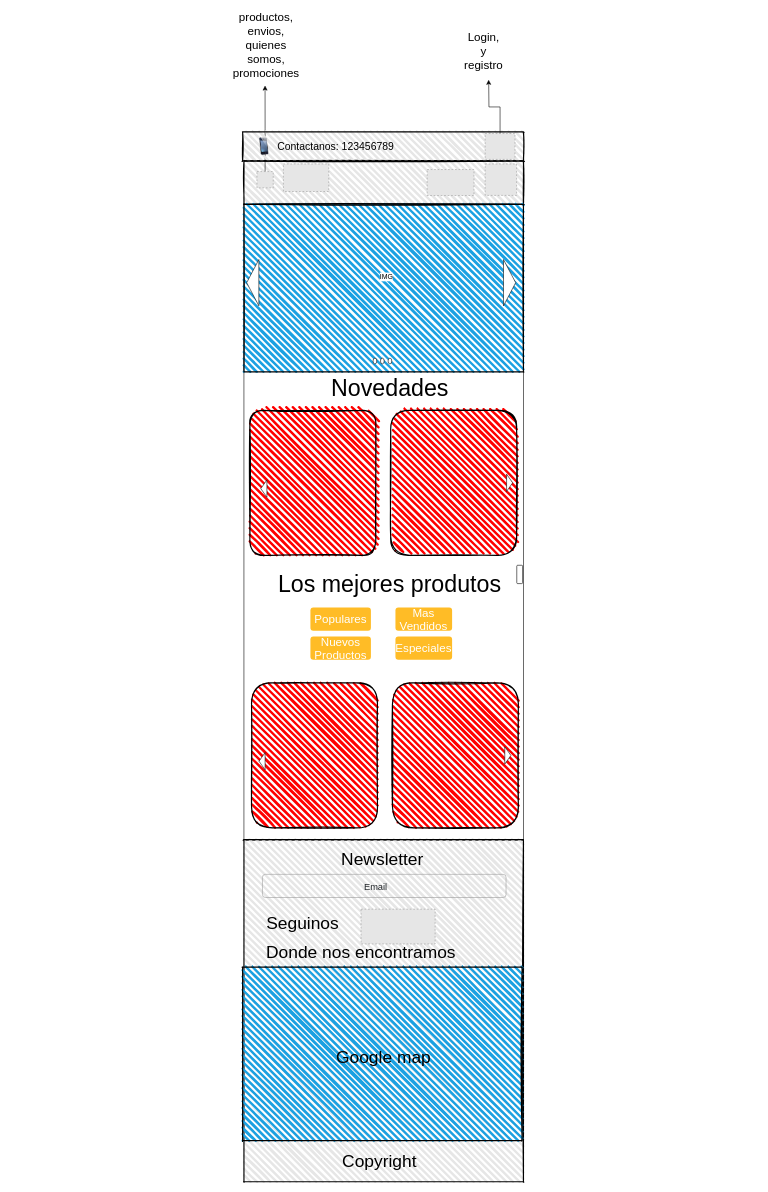
Above: page "Page-3" (3 of 3) of Bocetos/Bocetos-de-Home/Home-480.drawio in Evaristodantur/BierClub (draw.io), before the change. Source tidied: cells renumbered, new cells numbered last; positions are measured from the earlier drawing's top-left corner, leaving out a move shared by most shapes. Both pictures are drawn from the tidied source at 58%, with x=0, y=0 at pixel (9, 39). Pictures stored in the file or linked from it are replaced by grey dashed boxes.
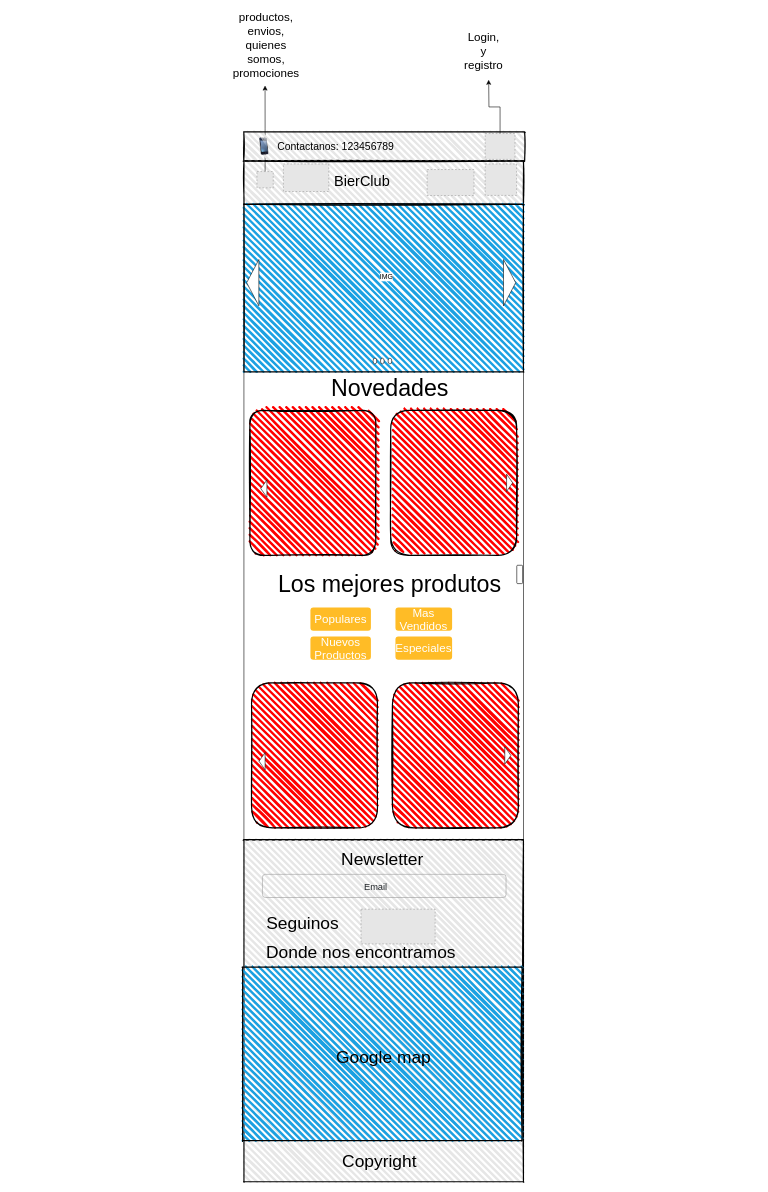
The same diagram, later.

The edit, as a diff of the source:
```diff
@@
     <mxCell id="44" style="rounded=1;whiteSpace=wrap;html=1;strokeWidth=2;fillWeight=4;hachureGap=8;hachureAngle=45;sketch=1;labelBackgroundColor=#ffffff;arcSize=0;fontColor=#FFFF33;fillColor=#E6E6E6;" parent="1" vertex="1">
-      <mxGeometry x="401.8" y="160" width="484.2" height="50" as="geometry" />
+      <mxGeometry x="403.8" y="160" width="484.2" height="50" as="geometry" />
     </mxCell>
@@
+    <mxCell id="49" value="&lt;font style=&quot;font-size: 25px&quot;&gt;BierClub&lt;/font&gt;" style="text;html=1;strokeColor=none;fillColor=none;align=center;verticalAlign=middle;whiteSpace=wrap;rounded=0;fontSize=40;" parent="1" vertex="1">
+      <mxGeometry x="518.7" y="229" width="177.9" height="19.9" as="geometry" />
+    </mxCell>
```
